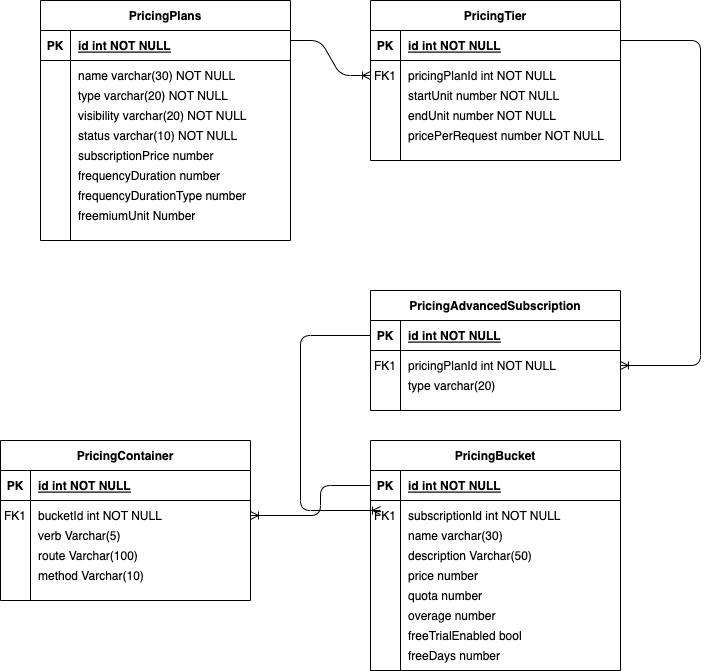
byaton/js-practice keeps this draw.io diagram as Untitled Diagram.drawio.png. Above is the earlier version. Source tidied: cells renumbered, new cells last; positions are measured from the earlier drawing's top-left corner, leaving out a move shared by most shapes.
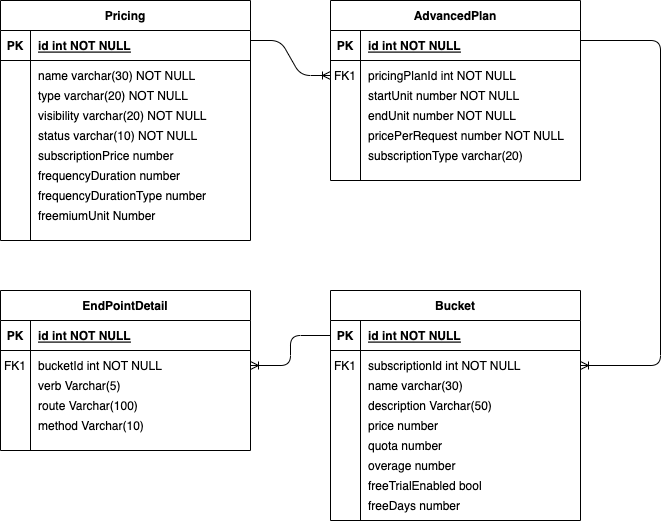
Above is the later version.

What changed in the source:
```diff
@@ -2,8 +2,8 @@
   <root>
     <mxCell id="0" />
     <mxCell id="1" parent="0" />
-    <mxCell id="2" value="PricingTier" style="shape=table;startSize=30;rowLines=0;fontStyle=1;align=center;" parent="1" vertex="1">
-      <mxGeometry x="370" width="250" height="160" as="geometry" />
+    <mxCell id="2" value="AdvancedPlan" style="shape=table;startSize=30;rowLines=0;fontStyle=1;align=center;" parent="1" vertex="1">
+      <mxGeometry x="370" width="250" height="180" as="geometry" />
     </mxCell>
     <mxCell id="3" style="shape=partialRectangle;fillColor=none;top=0;left=0;right=0;bottom=1;" parent="2" vertex="1">
       <mxGeometry y="30" width="250" height="30" as="geometry" />
@@ -32,37 +32,7 @@
     <mxCell id="11" style="shape=partialRectangle;overflow=hidden;fillColor=none;top=0;left=0;bottom=0;right=0;align=left;spacingLeft=6;" parent="9" vertex="1">
       <mxGeometry x="30" width="220" height="30" as="geometry" />
     </mxCell>
-    <mxCell id="12" value="PricingAdvancedSubscription" style="shape=table;startSize=30;rowLines=0;fontStyle=1;align=center;" parent="1" vertex="1">
-      <mxGeometry x="370" y="290" width="250" height="120" as="geometry" />
-    </mxCell>
-    <mxCell id="13" style="shape=partialRectangle;fillColor=none;points=[[0,0.5],[1,0.5]];portConstraint=eastwest;top=0;left=0;right=0;bottom=1;" parent="12" vertex="1">
-      <mxGeometry y="30" width="250" height="30" as="geometry" />
-    </mxCell>
-    <mxCell id="14" value="PK" style="shape=partialRectangle;overflow=hidden;fillColor=none;top=0;left=0;bottom=0;right=0;fontStyle=1;" parent="13" vertex="1">
-      <mxGeometry width="30" height="30" as="geometry" />
-    </mxCell>
-    <mxCell id="15" value="id int NOT NULL " style="shape=partialRectangle;overflow=hidden;fillColor=none;top=0;left=0;bottom=0;right=0;align=left;spacingLeft=6;fontStyle=5;" parent="13" vertex="1">
-      <mxGeometry x="30" width="220" height="30" as="geometry" />
-    </mxCell>
-    <mxCell id="16" style="shape=partialRectangle;fillColor=none;points=[[0,0.5],[1,0.5]];portConstraint=eastwest;top=0;left=0;right=0;bottom=0;" parent="12" vertex="1">
-      <mxGeometry y="60" width="250" height="30" as="geometry" />
-    </mxCell>
-    <mxCell id="17" value="FK1" style="shape=partialRectangle;overflow=hidden;fillColor=none;top=0;left=0;bottom=0;right=0;" parent="16" vertex="1">
-      <mxGeometry width="30" height="30" as="geometry" />
-    </mxCell>
-    <mxCell id="18" value="pricingPlanId int NOT NULL" style="shape=partialRectangle;overflow=hidden;fillColor=none;top=0;left=0;bottom=0;right=0;align=left;spacingLeft=6;" parent="16" vertex="1">
-      <mxGeometry x="30" width="220" height="30" as="geometry" />
-    </mxCell>
-    <mxCell id="19" style="shape=partialRectangle;fillColor=none;top=0;left=0;right=0;bottom=0;" parent="12" vertex="1">
-      <mxGeometry y="90" width="250" height="30" as="geometry" />
-    </mxCell>
-    <mxCell id="20" style="shape=partialRectangle;overflow=hidden;fillColor=none;top=0;left=0;bottom=0;right=0;" parent="19" vertex="1">
-      <mxGeometry width="30" height="30" as="geometry" />
-    </mxCell>
-    <mxCell id="21" style="shape=partialRectangle;overflow=hidden;fillColor=none;top=0;left=0;bottom=0;right=0;align=left;spacingLeft=6;" parent="19" vertex="1">
-      <mxGeometry x="30" width="220" height="30" as="geometry" />
-    </mxCell>
-    <mxCell id="22" value="PricingPlans" style="shape=table;startSize=30;rowLines=0;fontStyle=1;align=center;" parent="1" vertex="1">
+    <mxCell id="22" value="Pricing" style="shape=table;startSize=30;rowLines=0;fontStyle=1;align=center;" parent="1" vertex="1">
       <mxGeometry x="40" width="250" height="240" as="geometry" />
     </mxCell>
     <mxCell id="23" style="shape=partialRectangle;fillColor=none;top=0;left=0;right=0;bottom=1;" parent="22" vertex="1">
@@ -113,11 +83,8 @@
     <mxCell id="38" value="pricePerRequest number NOT NULL" style="shape=partialRectangle;overflow=hidden;fillColor=none;top=0;left=0;bottom=0;right=0;align=left;spacingLeft=6;" parent="1" vertex="1">
       <mxGeometry x="400" y="120" width="220" height="30" as="geometry" />
     </mxCell>
-    <mxCell id="39" value="type varchar(20)" style="shape=partialRectangle;overflow=hidden;fillColor=none;top=0;left=0;bottom=0;right=0;align=left;spacingLeft=6;" parent="1" vertex="1">
-      <mxGeometry x="400" y="370" width="220" height="30" as="geometry" />
-    </mxCell>
-    <mxCell id="40" value="PricingBucket" style="shape=table;startSize=30;rowLines=0;fontStyle=1;align=center;" parent="1" vertex="1">
-      <mxGeometry x="370" y="440" width="250" height="230" as="geometry" />
+    <mxCell id="40" value="Bucket" style="shape=table;startSize=30;rowLines=0;fontStyle=1;align=center;" parent="1" vertex="1">
+      <mxGeometry x="370" y="290" width="250" height="230" as="geometry" />
     </mxCell>
     <mxCell id="41" style="shape=partialRectangle;fillColor=none;points=[[0,0.5],[1,0.5]];portConstraint=eastwest;top=0;left=0;right=0;bottom=1;" parent="40" vertex="1">
       <mxGeometry y="30" width="250" height="30" as="geometry" />
@@ -138,28 +105,28 @@
       <mxGeometry x="30" width="220" height="30" as="geometry" />
     </mxCell>
     <mxCell id="47" value="name varchar(30)" style="shape=partialRectangle;overflow=hidden;fillColor=none;top=0;left=0;bottom=0;right=0;align=left;spacingLeft=6;" parent="1" vertex="1">
-      <mxGeometry x="400" y="520" width="220" height="30" as="geometry" />
+      <mxGeometry x="400" y="370" width="220" height="30" as="geometry" />
     </mxCell>
     <mxCell id="48" value="description Varchar(50)" style="shape=partialRectangle;overflow=hidden;fillColor=none;top=0;left=0;bottom=0;right=0;align=left;spacingLeft=6;" parent="1" vertex="1">
-      <mxGeometry x="400" y="540" width="220" height="30" as="geometry" />
+      <mxGeometry x="400" y="390" width="220" height="30" as="geometry" />
     </mxCell>
     <mxCell id="49" value="price number" style="shape=partialRectangle;overflow=hidden;fillColor=none;top=0;left=0;bottom=0;right=0;align=left;spacingLeft=6;" parent="1" vertex="1">
-      <mxGeometry x="400" y="560" width="220" height="30" as="geometry" />
+      <mxGeometry x="400" y="410" width="220" height="30" as="geometry" />
     </mxCell>
     <mxCell id="50" value="quota number" style="shape=partialRectangle;overflow=hidden;fillColor=none;top=0;left=0;bottom=0;right=0;align=left;spacingLeft=6;" parent="1" vertex="1">
-      <mxGeometry x="400" y="580" width="220" height="30" as="geometry" />
+      <mxGeometry x="400" y="430" width="220" height="30" as="geometry" />
     </mxCell>
     <mxCell id="51" value="overage number" style="shape=partialRectangle;overflow=hidden;fillColor=none;top=0;left=0;bottom=0;right=0;align=left;spacingLeft=6;" parent="1" vertex="1">
-      <mxGeometry x="400" y="600" width="220" height="30" as="geometry" />
+      <mxGeometry x="400" y="450" width="220" height="30" as="geometry" />
     </mxCell>
     <mxCell id="52" value="freeTrialEnabled bool" style="shape=partialRectangle;overflow=hidden;fillColor=none;top=0;left=0;bottom=0;right=0;align=left;spacingLeft=6;" parent="1" vertex="1">
-      <mxGeometry x="400" y="620" width="220" height="30" as="geometry" />
+      <mxGeometry x="400" y="470" width="220" height="30" as="geometry" />
     </mxCell>
     <mxCell id="53" value="freeDays number" style="shape=partialRectangle;overflow=hidden;fillColor=none;top=0;left=0;bottom=0;right=0;align=left;spacingLeft=6;" parent="1" vertex="1">
-      <mxGeometry x="400" y="640" width="220" height="30" as="geometry" />
+      <mxGeometry x="400" y="490" width="220" height="30" as="geometry" />
     </mxCell>
-    <mxCell id="54" value="PricingContainer" style="shape=table;startSize=30;rowLines=0;fontStyle=1;align=center;" parent="1" vertex="1">
-      <mxGeometry y="440" width="250" height="160" as="geometry" />
+    <mxCell id="54" value="EndPointDetail" style="shape=table;startSize=30;rowLines=0;fontStyle=1;align=center;" parent="1" vertex="1">
+      <mxGeometry x="40" y="290" width="250" height="160" as="geometry" />
     </mxCell>
     <mxCell id="55" style="shape=partialRectangle;fillColor=none;top=0;left=0;right=0;bottom=1;" parent="54" vertex="1">
       <mxGeometry y="30" width="250" height="30" as="geometry" />
@@ -180,33 +147,25 @@
       <mxGeometry x="30" width="220" height="30" as="geometry" />
     </mxCell>
     <mxCell id="61" value="route Varchar(100)" style="shape=partialRectangle;overflow=hidden;fillColor=none;top=0;left=0;bottom=0;right=0;align=left;spacingLeft=6;" parent="1" vertex="1">
-      <mxGeometry x="30" y="540" width="220" height="30" as="geometry" />
+      <mxGeometry x="70" y="390" width="220" height="30" as="geometry" />
     </mxCell>
     <mxCell id="62" value="verb Varchar(5)" style="shape=partialRectangle;overflow=hidden;fillColor=none;top=0;left=0;bottom=0;right=0;align=left;spacingLeft=6;" parent="1" vertex="1">
-      <mxGeometry x="30" y="520" width="220" height="30" as="geometry" />
+      <mxGeometry x="70" y="370" width="220" height="30" as="geometry" />
     </mxCell>
     <mxCell id="63" value="method Varchar(10)" style="shape=partialRectangle;overflow=hidden;fillColor=none;top=0;left=0;bottom=0;right=0;align=left;spacingLeft=6;" parent="1" vertex="1">
-      <mxGeometry x="30" y="560" width="220" height="30" as="geometry" />
+      <mxGeometry x="70" y="410" width="220" height="30" as="geometry" />
     </mxCell>
-    <mxCell id="64" style="edgeStyle=orthogonalEdgeStyle;fontSize=12;html=1;endArrow=ERoneToMany;rounded=1;exitX=0;exitY=0.5;exitDx=0;exitDy=0;" parent="1" edge="1" source="13">
-      <mxGeometry relative="1" as="geometry">
-        <mxPoint x="380" y="510" as="targetPoint" />
-        <Array as="points">
-          <mxPoint x="300" y="335" />
-          <mxPoint x="300" y="510" />
-        </Array>
-      </mxGeometry>
-    </mxCell>
     <mxCell id="65" style="edgeStyle=elbowEdgeStyle;fontSize=12;html=1;endArrow=ERoneToMany;exitX=0;exitY=0.5;exitDx=0;exitDy=0;entryX=1;entryY=0.5;entryDx=0;entryDy=0;" parent="1" edge="1" source="41" target="58">
       <mxGeometry relative="1" as="geometry">
         <Array as="points">
-          <mxPoint x="320" y="520" />
+          <mxPoint x="330" y="340" />
         </Array>
       </mxGeometry>
     </mxCell>
-    <mxCell id="66" style="edgeStyle=orthogonalEdgeStyle;fontSize=12;html=1;endArrow=ERoneToMany;elbow=vertical;entryX=1;entryY=0.5;entryDx=0;entryDy=0;" parent="1" edge="1" target="16">
+    <mxCell id="66" style="edgeStyle=orthogonalEdgeStyle;fontSize=12;html=1;endArrow=ERoneToMany;elbow=vertical;entryX=1;entryY=0.5;entryDx=0;entryDy=0;" parent="1" edge="1">
       <mxGeometry relative="1" as="geometry">
         <mxPoint x="620" y="40" as="sourcePoint" />
+        <mxPoint x="620" y="365" as="targetPoint" />
         <Array as="points">
           <mxPoint x="700" y="40" />
           <mxPoint x="700" y="365" />
@@ -218,5 +177,8 @@
         <mxPoint x="290" y="40" as="sourcePoint" />
       </mxGeometry>
     </mxCell>
+    <mxCell id="68" value="subscriptionType varchar(20)" style="shape=partialRectangle;overflow=hidden;fillColor=none;top=0;left=0;bottom=0;right=0;align=left;spacingLeft=6;" parent="1" vertex="1">
+      <mxGeometry x="400" y="140" width="220" height="30" as="geometry" />
+    </mxCell>
   </root>
 </mxGraphModel>
```
